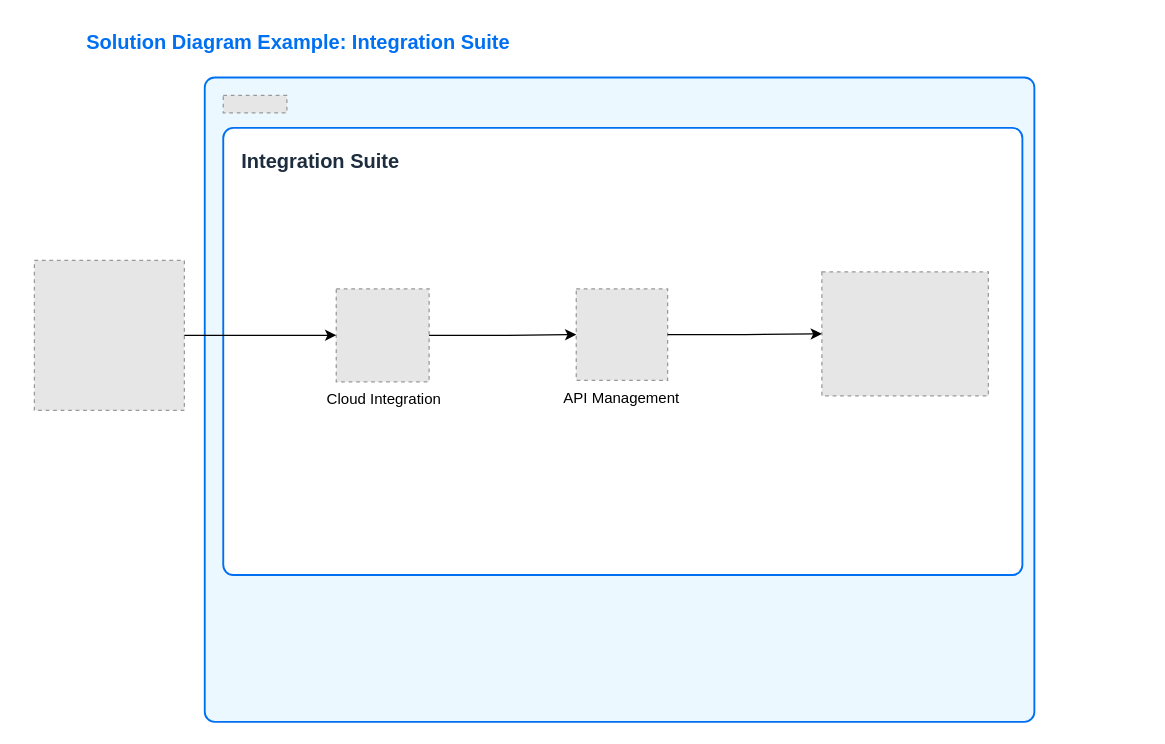
The draw.io diagram Diagrama sem nome.drawio in GuilhermeNeriAQ/btp-solution-diagrams, before the edit. Source tidied: cells renumbered, new cells numbered last; positions are measured from the earlier drawing's top-left corner, leaving out a move shared by most shapes. Both pictures are drawn from the tidied source at 125%, with x=0, y=0 at pixel (34, 21). Pictures stored in the file or linked from it are replaced by grey dashed boxes.
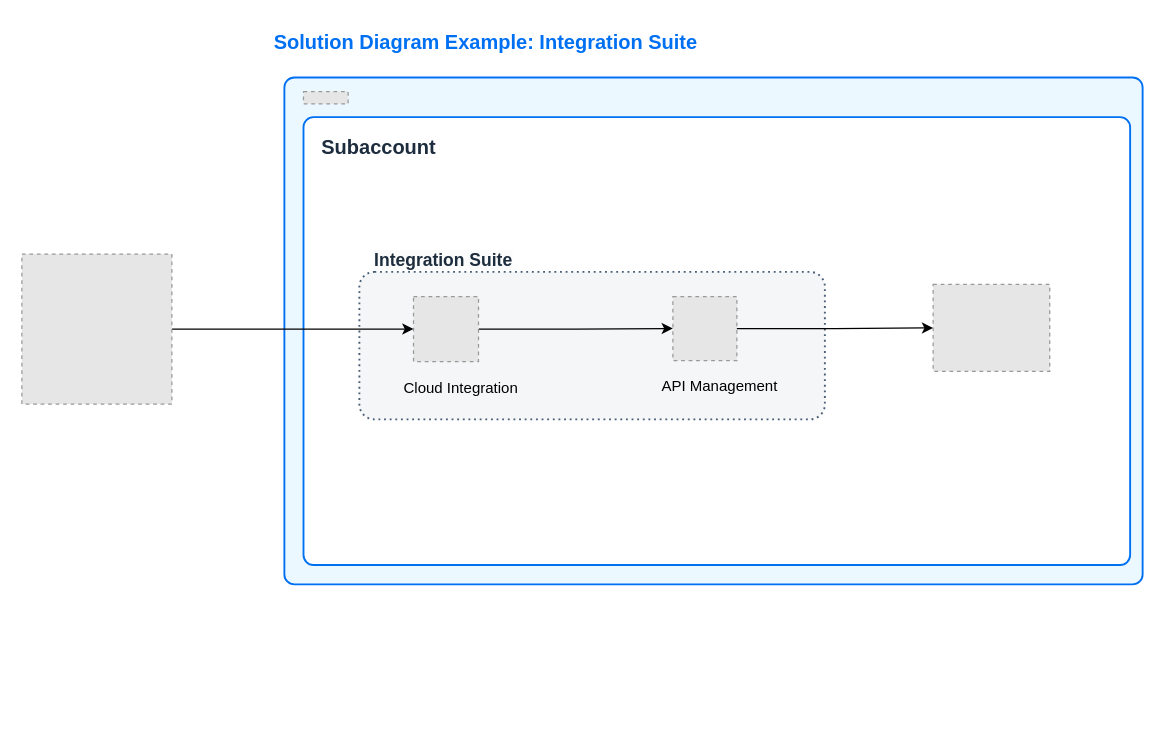
Above is the later version.

Change to the diagram source:
```diff
@@
-    <mxCell id="2" style="group;" parent="1" vertex="1">
-      <mxGeometry x="40" width="760" height="560" as="geometry" />
-    </mxCell>
+    <mxCell id="4" style="group;" parent="1" vertex="1">
+      <mxGeometry y="44.5" width="886.6" height="405.5" as="geometry" />
+    </mxCell>
-    <mxCell id="3" value="&lt;b style=&quot;border-color: var(--border-color); color: rgb(0, 112, 242); font-size: 16px;&quot;&gt;Solution Diagram Example: Integration Suite&lt;/b&gt;" style="text;html=1;align=left;verticalAlign=middle;strokeColor=none;fillColor=none;fontSize=12;fontColor=#1d2d3e;fontFamily=Helvetica;" parent="2" vertex="1">
-      <mxGeometry y="0.8" width="360" height="30" as="geometry" />
+    <mxCell id="3" value="&lt;b style=&quot;border-color: var(--border-color); color: rgb(0, 112, 242); font-size: 16px;&quot;&gt;Solution Diagram Example: Integration Suite&lt;/b&gt;" style="text;html=1;align=left;verticalAlign=middle;strokeColor=none;fillColor=none;fontSize=12;fontColor=#1d2d3e;fontFamily=Helvetica;" parent="4" vertex="1">
+      <mxGeometry x="190" y="-43.7" width="360" height="30" as="geometry" />
     </mxCell>
-    <mxCell id="4" style="group;" parent="2" vertex="1">
-      <mxGeometry x="96.3" y="44.5" width="663.7" height="515.5" as="geometry" />
-    </mxCell>
     <mxCell id="5" style="rounded=1;whiteSpace=wrap;html=1;strokeColor=#0070F2;fillColor=#EBF8FF;arcSize=16;absoluteArcSize=1;imageWidth=64;imageHeight=64;strokeWidth=1.5;" parent="4" vertex="1">
-      <mxGeometry width="663.7" height="515.5" as="geometry" />
+      <mxGeometry x="200" width="686.6" height="405.5" as="geometry" />
     </mxCell>
     <mxCell id="6" style="rounded=1;whiteSpace=wrap;html=1;strokeColor=#0070F2;strokeWidth=1.5;arcSize=16;fillColor=#FFFFFF;perimeterSpacing=0;absoluteArcSize=1;" parent="4" vertex="1">
-      <mxGeometry x="14.8" y="40.3" width="639.3" height="357.7" as="geometry" />
+      <mxGeometry x="215.3" y="31.7" width="661.3" height="358.3" as="geometry" />
     </mxCell>
     <mxCell id="7" style="fillColor=#E6E6E6;strokeColor=#999999;dashed=1;verticalLabelPosition=bottom;labelBackgroundColor=default;verticalAlign=top;" parent="4" vertex="1">
-      <mxGeometry x="14.8" y="14.3" width="50.9" height="14" as="geometry" />
+      <mxGeometry x="215.3" y="11.2" width="35.7" height="9.8" as="geometry" />
     </mxCell>
-    <mxCell id="8" value="&lt;font face=&quot;arial&quot; style=&quot;font-size: 16px;&quot;&gt;&lt;b style=&quot;font-size: 16px;&quot;&gt;Integration Suite&lt;/b&gt;&lt;/font&gt;" style="text;html=1;align=left;verticalAlign=middle;strokeColor=none;fillColor=none;fontSize=12;fontColor=#1d2d3e;fontFamily=Helvetica;" parent="4" vertex="1">
-      <mxGeometry x="27.2" y="51.2" width="150" height="30" as="geometry" />
+    <mxCell id="8" value="&lt;font face=&quot;arial&quot; style=&quot;font-size: 16px;&quot;&gt;&lt;b style=&quot;font-size: 16px;&quot;&gt;Subaccount&lt;/b&gt;&lt;/font&gt;" style="text;html=1;align=left;verticalAlign=middle;strokeColor=none;fillColor=none;fontSize=12;fontColor=#1d2d3e;fontFamily=Helvetica;" parent="4" vertex="1">
+      <mxGeometry x="228.1" y="40.3" width="120" height="30" as="geometry" />
     </mxCell>
-    <mxCell id="9" style="group;" parent="4" vertex="1">
-      <mxGeometry x="93.7" y="169.1" width="100" height="100" as="geometry" />
-    </mxCell>
-    <mxCell id="10" style="fillColor=#E6E6E6;strokeColor=#999999;dashed=1;verticalLabelPosition=bottom;labelBackgroundColor=default;verticalAlign=top;" parent="9" vertex="1">
-      <mxGeometry x="11.5" width="74.3" height="74.3" as="geometry" />
-    </mxCell>
-    <mxCell id="11" value="Cloud Integration" style="text;whiteSpace=wrap;html=1;align=center;verticalAlign=top;" parent="9" vertex="1">
-      <mxGeometry y="74.1" width="100" height="25.9" as="geometry" />
-    </mxCell>
+    <mxCell id="16" style="fillColor=#E6E6E6;strokeColor=#999999;dashed=1;verticalLabelPosition=bottom;labelBackgroundColor=default;verticalAlign=top;" parent="4" vertex="1">
+      <mxGeometry x="719" y="165.5" width="93.3" height="69.5" as="geometry" />
+    </mxCell>
+    <mxCell id="20" style="group;" parent="4" vertex="1">
+      <mxGeometry x="260" y="155.5" width="372.4" height="118" as="geometry" />
+    </mxCell>
+    <mxCell id="21" style="rounded=1;whiteSpace=wrap;html=1;strokeColor=#475E75;fillColor=#F5F6F7;arcSize=24;absoluteArcSize=1;imageWidth=64;imageHeight=64;strokeWidth=1.5;dashed=1;dashPattern=1 2;align=center;verticalAlign=middle;fontFamily=Helvetica;fontSize=12;fontColor=default;" parent="20" vertex="1">
+      <mxGeometry width="372.4" height="118" as="geometry" />
+    </mxCell>
-    <mxCell id="12" style="group;" parent="4" vertex="1">
-      <mxGeometry x="283.7" y="169.1" width="100" height="100" as="geometry" />
+    <mxCell id="12" style="group;" parent="20" vertex="1">
+      <mxGeometry x="236.9" y="19.7" width="103.4" height="78.7" as="geometry" />
     </mxCell>
     <mxCell id="13" style="fillColor=#E6E6E6;strokeColor=#999999;dashed=1;verticalLabelPosition=bottom;labelBackgroundColor=default;verticalAlign=top;" parent="12" vertex="1">
-      <mxGeometry x="13.5" width="73.1" height="73.1" as="geometry" />
+      <mxGeometry x="13.9" width="51.2" height="51.2" as="geometry" />
     </mxCell>
     <mxCell id="14" value="API Management" style="text;whiteSpace=wrap;html=1;align=center;verticalAlign=top;" parent="12" vertex="1">
-      <mxGeometry y="73.6" width="100" height="26.4" as="geometry" />
+      <mxGeometry y="57.9" width="103.4" height="20.8" as="geometry" />
     </mxCell>
-    <mxCell id="15" style="edgeStyle=orthogonalEdgeStyle;rounded=0;jettySize=auto;html=1;" parent="4" edge="1" source="10" target="13">
+    <mxCell id="15" style="edgeStyle=orthogonalEdgeStyle;rounded=0;jettySize=auto;html=1;" parent="20" edge="1" source="23" target="13">
       <mxGeometry relative="1" as="geometry" />
     </mxCell>
-    <mxCell id="16" style="fillColor=#E6E6E6;strokeColor=#999999;dashed=1;verticalLabelPosition=bottom;labelBackgroundColor=default;verticalAlign=top;" parent="4" vertex="1">
-      <mxGeometry x="493.7" y="155.5" width="133.2" height="99.2" as="geometry" />
-    </mxCell>
+    <mxCell id="22" style="group;" parent="20" vertex="1">
+      <mxGeometry x="30" y="19.7" width="103.4" height="79.6" as="geometry" />
+    </mxCell>
+    <mxCell id="11" value="Cloud Integration" style="text;whiteSpace=wrap;html=1;align=center;verticalAlign=top;" parent="22" vertex="1">
+      <mxGeometry y="59.3" width="103.4" height="20.3" as="geometry" />
+    </mxCell>
+    <mxCell id="23" style="fillColor=#E6E6E6;strokeColor=#999999;dashed=1;verticalLabelPosition=bottom;labelBackgroundColor=default;verticalAlign=top;" parent="22" vertex="1">
+      <mxGeometry x="13.3" width="52" height="52" as="geometry" />
+    </mxCell>
-    <mxCell id="17" style="edgeStyle=orthogonalEdgeStyle;rounded=0;jettySize=auto;html=1;" parent="4" edge="1" source="13" target="16">
+    <mxCell id="17" style="edgeStyle=orthogonalEdgeStyle;rounded=0;jettySize=auto;html=1;fontFamily=Helvetica;fontSize=12;fontColor=default;" parent="4" edge="1" source="13" target="16">
       <mxGeometry relative="1" as="geometry" />
     </mxCell>
+    <mxCell id="24" value="&lt;b style=&quot;border-color: var(--border-color); font-family: arial; font-style: normal; font-variant-ligatures: normal; font-variant-caps: normal; letter-spacing: normal; orphans: 2; text-indent: 0px; text-transform: none; widows: 2; word-spacing: 0px; -webkit-text-stroke-width: 0px; background-color: rgb(251, 251, 251); text-decoration-thickness: initial; text-decoration-style: initial; text-decoration-color: initial; font-size: 14px;&quot;&gt;&lt;font color=&quot;#1d2d3e&quot;&gt;Integration Suite&lt;/font&gt;&lt;/b&gt;" style="text;whiteSpace=wrap;html=1;align=center;verticalAlign=top;fontFamily=Helvetica;fontSize=12;fontColor=default;" parent="4" vertex="1">
+      <mxGeometry x="260" y="131.9" width="134.5" height="23.6" as="geometry" />
+    </mxCell>
+    <mxCell id="25" style="edgeStyle=orthogonalEdgeStyle;rounded=0;jettySize=auto;html=1;entryX=0;entryY=0.5;entryDx=0;entryDy=0;fontFamily=Helvetica;fontSize=12;fontColor=default;" parent="4" edge="1" source="18" target="23">
+      <mxGeometry relative="1" as="geometry" />
+    </mxCell>
-    <mxCell id="18" style="fillColor=#E6E6E6;strokeColor=#999999;dashed=1;verticalLabelPosition=bottom;labelBackgroundColor=default;verticalAlign=top;" parent="2" vertex="1">
-      <mxGeometry x="-40" y="190.8" width="120" height="120" as="geometry" />
+    <mxCell id="18" style="fillColor=#E6E6E6;strokeColor=#999999;dashed=1;verticalLabelPosition=bottom;labelBackgroundColor=default;verticalAlign=top;" parent="4" vertex="1">
+      <mxGeometry x="-10" y="141.2" width="120" height="120" as="geometry" />
     </mxCell>
-    <mxCell id="19" style="edgeStyle=orthogonalEdgeStyle;rounded=0;jettySize=auto;html=1;entryX=0;entryY=0.5;entryDx=0;entryDy=0;" parent="2" edge="1" source="18" target="10">
-      <mxGeometry relative="1" as="geometry" />
-    </mxCell>
```
